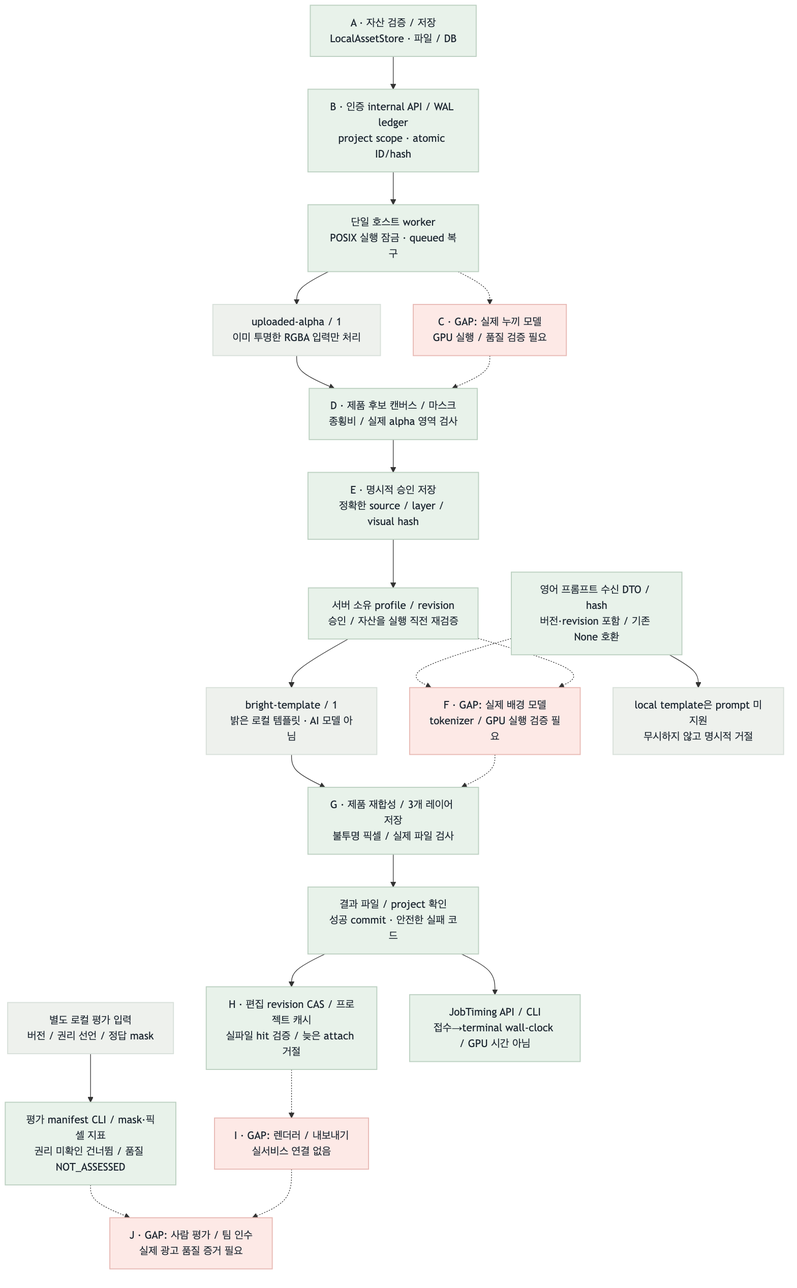
This is fivecircles/architecture/spec/image-runtime-current-flow.png from uyt5041-lab/beauty-ai-models, a Mermaid export, as it was before one commit. Its source is kept beside it as fivecircles/architecture/spec/image-runtime-current-flow.mmd.
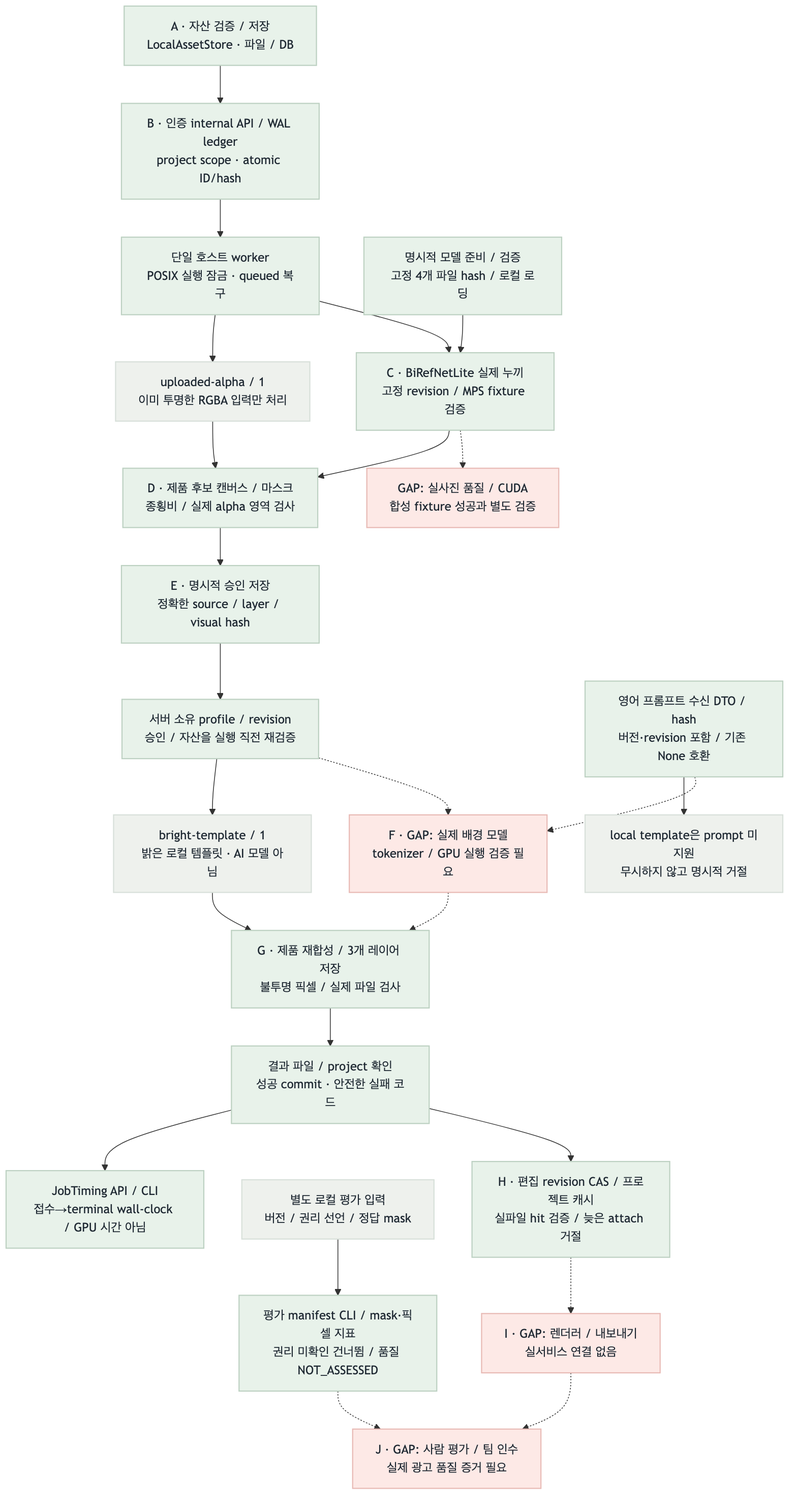
Later version of the same file.

The edit, as a diff of the source:
```diff
@@ -3,7 +3,7 @@
     B["B · 인증 internal API / WAL ledger<br/>project scope · atomic ID/hash"]:::green
     W["단일 호스트 worker<br/>POSIX 실행 잠금 · queued 복구"]:::green
     U["uploaded-alpha / 1<br/>이미 투명한 RGBA 입력만 처리"]:::gray
-    C["C · GAP: 실제 누끼 모델<br/>GPU 실행 / 품질 검증 필요"]:::red
+    C["C · BiRefNetLite 실제 누끼<br/>고정 revision / MPS fixture 검증"]:::green
     D["D · 제품 후보 캔버스 / 마스크<br/>종횡비 / 실제 alpha 영역 검사"]:::green
     E["E · 명시적 승인 저장<br/>정확한 source / layer / visual hash"]:::green
     P["서버 소유 profile / revision<br/>승인 / 자산을 실행 직전 재검증"]:::green
@@ -24,7 +24,11 @@
     Q --> X
     Q -.-> F
     A --> B --> W --> U --> D --> E --> P --> T --> G --> R
-    W -.-> C -.-> D
+    S["명시적 모델 준비 / 검증<br/>고정 4개 파일 hash / 로컬 로딩"]:::green
+    N["GAP: 실사진 품질 / CUDA<br/>합성 fixture 성공과 별도 검증"]:::red
+    S --> C
+    W --> C --> D
+    C -.-> N
     P -.-> F -.-> G
     R --> H -.-> I -.-> J
 classDef green fill:#e8f2ea,stroke:#bdd1c2,color:#1f2933,stroke-width:1.5px
```
